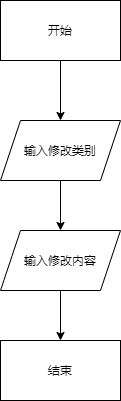
Before: CourseDesignOfDataStructure/picture/p1/Modify().png, a diagram exported from draw.io (Shotray/Gaint). Source tidied: cells renumbered, new cells last; positions are measured from the earlier drawing's top-left corner, leaving out a move shared by most shapes. Source of this version:
```xml
<mxGraphModel>
  <root>
    <mxCell id="0" />
    <mxCell id="1" parent="0" />
    <mxCell id="2" style="edgeStyle=orthogonalEdgeStyle;rounded=0;jettySize=auto;html=1;exitX=0.5;exitY=1;exitDx=0;exitDy=0;" parent="1" edge="1" source="3" target="5">
      <mxGeometry relative="1" as="geometry" />
    </mxCell>
    <mxCell id="3" value="开始" style="rounded=0;whiteSpace=wrap;html=1;" parent="1" vertex="1">
      <mxGeometry width="120" height="60" as="geometry" />
    </mxCell>
    <mxCell id="4" style="edgeStyle=orthogonalEdgeStyle;rounded=0;jettySize=auto;html=1;exitX=0.5;exitY=1;exitDx=0;exitDy=0;" parent="1" edge="1" source="5" target="7">
      <mxGeometry relative="1" as="geometry" />
    </mxCell>
    <mxCell id="5" value="输入修改类别" style="shape=parallelogram;perimeter=parallelogramPerimeter;whiteSpace=wrap;html=1;fixedSize=1;" parent="1" vertex="1">
      <mxGeometry y="120" width="120" height="60" as="geometry" />
    </mxCell>
    <mxCell id="6" style="edgeStyle=orthogonalEdgeStyle;rounded=0;jettySize=auto;html=1;exitX=0.5;exitY=1;exitDx=0;exitDy=0;" parent="1" edge="1" source="7" target="8">
      <mxGeometry relative="1" as="geometry" />
    </mxCell>
    <mxCell id="7" value="输入修改内容" style="shape=parallelogram;perimeter=parallelogramPerimeter;whiteSpace=wrap;html=1;fixedSize=1;" parent="1" vertex="1">
      <mxGeometry y="230" width="120" height="60" as="geometry" />
    </mxCell>
    <mxCell id="8" value="结束" style="rounded=0;whiteSpace=wrap;html=1;" parent="1" vertex="1">
      <mxGeometry y="340" width="120" height="60" as="geometry" />
    </mxCell>
  </root>
</mxGraphModel>
```
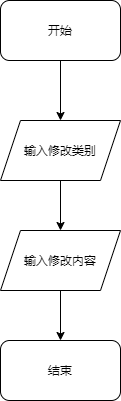
After the change.

Change to the diagram source:
```diff
@@ -2,25 +2,29 @@
   <root>
     <mxCell id="0" />
     <mxCell id="1" parent="0" />
-    <mxCell id="2" style="edgeStyle=orthogonalEdgeStyle;rounded=0;jettySize=auto;html=1;exitX=0.5;exitY=1;exitDx=0;exitDy=0;" parent="1" edge="1" source="3" target="5">
-      <mxGeometry relative="1" as="geometry" />
+    <mxCell id="2" style="edgeStyle=orthogonalEdgeStyle;rounded=0;jettySize=auto;html=1;exitX=0.5;exitY=1;exitDx=0;exitDy=0;" parent="1" edge="1" target="5">
+      <mxGeometry relative="1" as="geometry">
+        <mxPoint x="60" y="60" as="sourcePoint" />
+      </mxGeometry>
     </mxCell>
-    <mxCell id="3" value="开始" style="rounded=0;whiteSpace=wrap;html=1;" parent="1" vertex="1">
-      <mxGeometry width="120" height="60" as="geometry" />
-    </mxCell>
     <mxCell id="4" style="edgeStyle=orthogonalEdgeStyle;rounded=0;jettySize=auto;html=1;exitX=0.5;exitY=1;exitDx=0;exitDy=0;" parent="1" edge="1" source="5" target="7">
       <mxGeometry relative="1" as="geometry" />
     </mxCell>
     <mxCell id="5" value="输入修改类别" style="shape=parallelogram;perimeter=parallelogramPerimeter;whiteSpace=wrap;html=1;fixedSize=1;" parent="1" vertex="1">
       <mxGeometry y="120" width="120" height="60" as="geometry" />
     </mxCell>
-    <mxCell id="6" style="edgeStyle=orthogonalEdgeStyle;rounded=0;jettySize=auto;html=1;exitX=0.5;exitY=1;exitDx=0;exitDy=0;" parent="1" edge="1" source="7" target="8">
-      <mxGeometry relative="1" as="geometry" />
+    <mxCell id="6" style="edgeStyle=orthogonalEdgeStyle;rounded=0;jettySize=auto;html=1;exitX=0.5;exitY=1;exitDx=0;exitDy=0;" parent="1" edge="1" source="7">
+      <mxGeometry relative="1" as="geometry">
+        <mxPoint x="60" y="340" as="targetPoint" />
+      </mxGeometry>
     </mxCell>
     <mxCell id="7" value="输入修改内容" style="shape=parallelogram;perimeter=parallelogramPerimeter;whiteSpace=wrap;html=1;fixedSize=1;" parent="1" vertex="1">
       <mxGeometry y="230" width="120" height="60" as="geometry" />
     </mxCell>
+    <mxCell id="3" value="开始" style="rounded=1;whiteSpace=wrap;html=1;" parent="1" vertex="1">
+      <mxGeometry width="120" height="60" as="geometry" />
+    </mxCell>
-    <mxCell id="8" value="结束" style="rounded=0;whiteSpace=wrap;html=1;" parent="1" vertex="1">
+    <mxCell id="8" value="结束" style="rounded=1;whiteSpace=wrap;html=1;" parent="1" vertex="1">
       <mxGeometry y="340" width="120" height="60" as="geometry" />
     </mxCell>
   </root>
```
